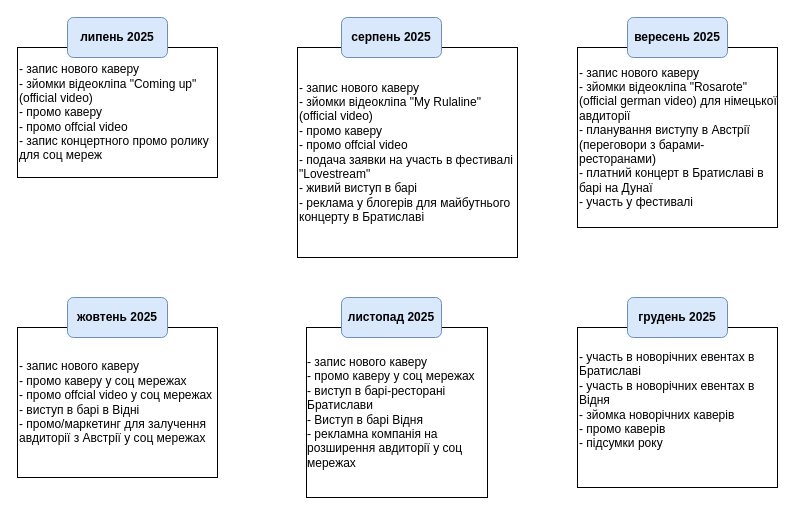
Earlier version of the draw.io diagram Діаграма без назви.drawio (annastazi09/Angular2). Source tidied: cells renumbered, new cells numbered last; positions are measured from the earlier drawing's top-left corner, leaving out a move shared by most shapes. Both pictures are drawn from the tidied source at 100%, with x=0, y=0 at pixel (17, 17).
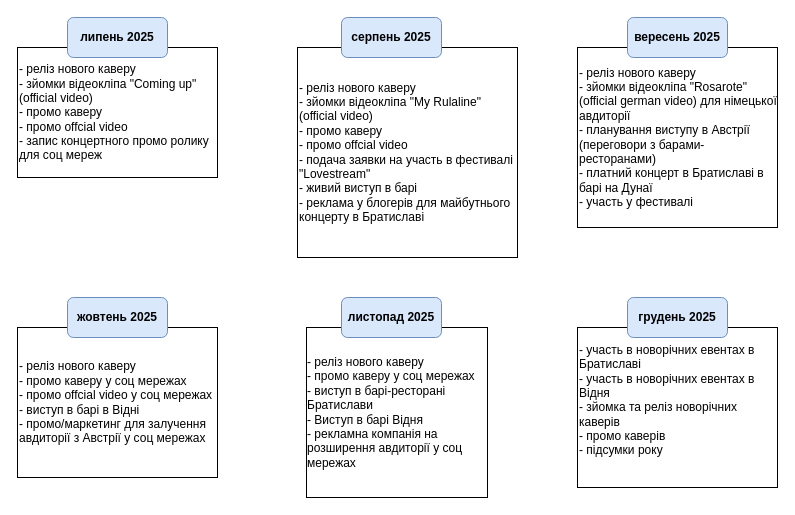
The same diagram, later.

Diff of the diagram source:
```diff
@@
 <mxGraphModel>
   <root>
     <mxCell id="0" />
     <mxCell id="1" parent="0" />
-    <mxCell id="2" value="&lt;div style=&quot;&quot;&gt;&lt;br&gt;&lt;span style=&quot;background-color: transparent; color: light-dark(rgb(0, 0, 0), rgb(255, 255, 255));&quot;&gt;- запис нового каверу&lt;/span&gt;&lt;/div&gt;&lt;div style=&quot;&quot;&gt;&lt;span style=&quot;background-color: transparent; color: light-dark(rgb(0, 0, 0), rgb(255, 255, 255));&quot;&gt;- зйомки відеокліпа &quot;Coming up&quot;&lt;/span&gt;&lt;br&gt;&lt;span style=&quot;background-color: transparent; color: light-dark(rgb(0, 0, 0), rgb(255, 255, 255));&quot;&gt;(official video)&lt;/span&gt;&lt;br&gt;&lt;span style=&quot;background-color: transparent; color: light-dark(rgb(0, 0, 0), rgb(255, 255, 255));&quot;&gt;- промо каверу&lt;/span&gt;&lt;br&gt;&lt;span style=&quot;background-color: transparent; color: light-dark(rgb(0, 0, 0), rgb(255, 255, 255));&quot;&gt;- промо offcial video&lt;/span&gt;&lt;/div&gt;&lt;div style=&quot;&quot;&gt;&lt;span style=&quot;background-color: transparent; color: light-dark(rgb(0, 0, 0), rgb(255, 255, 255));&quot;&gt;- запис концертного промо ролику для соц мереж&lt;/span&gt;&lt;/div&gt;&lt;div style=&quot;&quot;&gt;&lt;br&gt;&lt;/div&gt;" style="rounded=0;whiteSpace=wrap;html=1;align=left;" parent="1" vertex="1">
+    <mxCell id="2" value="&lt;div style=&quot;&quot;&gt;&lt;br&gt;&lt;span style=&quot;background-color: transparent; color: light-dark(rgb(0, 0, 0), rgb(255, 255, 255));&quot;&gt;- реліз нового каверу&lt;/span&gt;&lt;/div&gt;&lt;div style=&quot;&quot;&gt;&lt;span style=&quot;background-color: transparent; color: light-dark(rgb(0, 0, 0), rgb(255, 255, 255));&quot;&gt;- зйомки відеокліпа &quot;Coming up&quot;&lt;/span&gt;&lt;br&gt;&lt;span style=&quot;background-color: transparent; color: light-dark(rgb(0, 0, 0), rgb(255, 255, 255));&quot;&gt;(official video)&lt;/span&gt;&lt;br&gt;&lt;span style=&quot;background-color: transparent; color: light-dark(rgb(0, 0, 0), rgb(255, 255, 255));&quot;&gt;- промо каверу&lt;/span&gt;&lt;br&gt;&lt;span style=&quot;background-color: transparent; color: light-dark(rgb(0, 0, 0), rgb(255, 255, 255));&quot;&gt;- промо offcial video&lt;/span&gt;&lt;/div&gt;&lt;div style=&quot;&quot;&gt;&lt;span style=&quot;background-color: transparent; color: light-dark(rgb(0, 0, 0), rgb(255, 255, 255));&quot;&gt;- запис концертного промо ролику для соц мереж&lt;/span&gt;&lt;/div&gt;&lt;div style=&quot;&quot;&gt;&lt;br&gt;&lt;/div&gt;" style="rounded=0;whiteSpace=wrap;html=1;align=left;" parent="1" vertex="1">
       <mxGeometry y="30" width="200" height="130" as="geometry" />
     </mxCell>
     <mxCell id="3" value="&lt;b&gt;липень 2025&lt;/b&gt;" style="rounded=1;whiteSpace=wrap;html=1;fillColor=#dae8fc;strokeColor=#6c8ebf;" parent="1" vertex="1">
       <mxGeometry x="50" width="100" height="40" as="geometry" />
     </mxCell>
-    <mxCell id="4" value="&lt;div style=&quot;&quot;&gt;&lt;br&gt;&lt;span style=&quot;background-color: transparent; color: light-dark(rgb(0, 0, 0), rgb(255, 255, 255));&quot;&gt;- запис нового каверу&lt;/span&gt;&lt;/div&gt;&lt;div style=&quot;&quot;&gt;&lt;span style=&quot;background-color: transparent; color: light-dark(rgb(0, 0, 0), rgb(255, 255, 255));&quot;&gt;- зйомки відеокліпа &quot;My Rulaline&quot;&lt;/span&gt;&lt;br&gt;&lt;span style=&quot;background-color: transparent; color: light-dark(rgb(0, 0, 0), rgb(255, 255, 255));&quot;&gt;(official video)&lt;/span&gt;&lt;br&gt;&lt;span style=&quot;background-color: transparent; color: light-dark(rgb(0, 0, 0), rgb(255, 255, 255));&quot;&gt;- промо каверу&lt;/span&gt;&lt;br&gt;&lt;span style=&quot;background-color: transparent; color: light-dark(rgb(0, 0, 0), rgb(255, 255, 255));&quot;&gt;- промо offcial video&lt;/span&gt;&lt;/div&gt;&lt;div style=&quot;&quot;&gt;&lt;span style=&quot;background-color: transparent; color: light-dark(rgb(0, 0, 0), rgb(255, 255, 255));&quot;&gt;- подача заявки на участь в фестивалі &quot;Lovestream&quot;&lt;/span&gt;&lt;/div&gt;&lt;div style=&quot;&quot;&gt;&lt;span style=&quot;background-color: transparent; color: light-dark(rgb(0, 0, 0), rgb(255, 255, 255));&quot;&gt;- живий виступ в барі&lt;/span&gt;&lt;/div&gt;&lt;div style=&quot;&quot;&gt;&lt;span style=&quot;background-color: transparent; color: light-dark(rgb(0, 0, 0), rgb(255, 255, 255));&quot;&gt;- реклама у блогерів для майбутнього концерту в Братиславі&lt;/span&gt;&lt;/div&gt;&lt;div style=&quot;&quot;&gt;&lt;br&gt;&lt;/div&gt;" style="rounded=0;whiteSpace=wrap;html=1;align=left;" parent="1" vertex="1">
+    <mxCell id="4" value="&lt;div style=&quot;&quot;&gt;&lt;br&gt;&lt;span style=&quot;background-color: transparent; color: light-dark(rgb(0, 0, 0), rgb(255, 255, 255));&quot;&gt;- реліз&amp;nbsp;нового каверу&lt;/span&gt;&lt;/div&gt;&lt;div style=&quot;&quot;&gt;&lt;span style=&quot;background-color: transparent; color: light-dark(rgb(0, 0, 0), rgb(255, 255, 255));&quot;&gt;- зйомки відеокліпа &quot;My Rulaline&quot;&lt;/span&gt;&lt;br&gt;&lt;span style=&quot;background-color: transparent; color: light-dark(rgb(0, 0, 0), rgb(255, 255, 255));&quot;&gt;(official video)&lt;/span&gt;&lt;br&gt;&lt;span style=&quot;background-color: transparent; color: light-dark(rgb(0, 0, 0), rgb(255, 255, 255));&quot;&gt;- промо каверу&lt;/span&gt;&lt;br&gt;&lt;span style=&quot;background-color: transparent; color: light-dark(rgb(0, 0, 0), rgb(255, 255, 255));&quot;&gt;- промо offcial video&lt;/span&gt;&lt;/div&gt;&lt;div style=&quot;&quot;&gt;&lt;span style=&quot;background-color: transparent; color: light-dark(rgb(0, 0, 0), rgb(255, 255, 255));&quot;&gt;- подача заявки на участь в фестивалі &quot;Lovestream&quot;&lt;/span&gt;&lt;/div&gt;&lt;div style=&quot;&quot;&gt;&lt;span style=&quot;background-color: transparent; color: light-dark(rgb(0, 0, 0), rgb(255, 255, 255));&quot;&gt;- живий виступ в барі&lt;/span&gt;&lt;/div&gt;&lt;div style=&quot;&quot;&gt;&lt;span style=&quot;background-color: transparent; color: light-dark(rgb(0, 0, 0), rgb(255, 255, 255));&quot;&gt;- реклама у блогерів для майбутнього концерту в Братиславі&lt;/span&gt;&lt;/div&gt;&lt;div style=&quot;&quot;&gt;&lt;br&gt;&lt;/div&gt;" style="rounded=0;whiteSpace=wrap;html=1;align=left;" parent="1" vertex="1">
       <mxGeometry x="280" y="30" width="220" height="210" as="geometry" />
     </mxCell>
     <mxCell id="5" value="&lt;b&gt;серпень 2025&lt;/b&gt;" style="rounded=1;whiteSpace=wrap;html=1;fillColor=#dae8fc;strokeColor=#6c8ebf;" parent="1" vertex="1">
       <mxGeometry x="324" width="100" height="40" as="geometry" />
     </mxCell>
-    <mxCell id="6" value="&lt;div style=&quot;&quot;&gt;&lt;br&gt;&lt;span style=&quot;background-color: transparent; color: light-dark(rgb(0, 0, 0), rgb(255, 255, 255));&quot;&gt;- запис нового каверу&lt;/span&gt;&lt;/div&gt;&lt;div style=&quot;&quot;&gt;&lt;span style=&quot;background-color: transparent; color: light-dark(rgb(0, 0, 0), rgb(255, 255, 255));&quot;&gt;- зйомки відеокліпа &quot;Rosarote&quot;&lt;/span&gt;&lt;br&gt;&lt;span style=&quot;background-color: transparent; color: light-dark(rgb(0, 0, 0), rgb(255, 255, 255));&quot;&gt;(official german video) для німецької авдиторії&lt;/span&gt;&lt;br&gt;&lt;span style=&quot;background-color: transparent; color: light-dark(rgb(0, 0, 0), rgb(255, 255, 255));&quot;&gt;- планування виступу в Австрії (переговори з барами-ресторанами)&lt;/span&gt;&lt;/div&gt;&lt;div style=&quot;&quot;&gt;&lt;span style=&quot;background-color: transparent; color: light-dark(rgb(0, 0, 0), rgb(255, 255, 255));&quot;&gt;- платний концерт в Братиславі в барі на Дунаї&lt;/span&gt;&lt;/div&gt;&lt;div style=&quot;&quot;&gt;&lt;span style=&quot;background-color: transparent; color: light-dark(rgb(0, 0, 0), rgb(255, 255, 255));&quot;&gt;- участь у фестивалі&amp;nbsp;&lt;/span&gt;&lt;/div&gt;&lt;div style=&quot;&quot;&gt;&lt;br&gt;&lt;/div&gt;" style="rounded=0;whiteSpace=wrap;html=1;align=left;" parent="1" vertex="1">
+    <mxCell id="6" value="&lt;div style=&quot;&quot;&gt;&lt;br&gt;&lt;span style=&quot;background-color: transparent; color: light-dark(rgb(0, 0, 0), rgb(255, 255, 255));&quot;&gt;- реліз нового каверу&lt;/span&gt;&lt;/div&gt;&lt;div style=&quot;&quot;&gt;&lt;span style=&quot;background-color: transparent; color: light-dark(rgb(0, 0, 0), rgb(255, 255, 255));&quot;&gt;- зйомки відеокліпа &quot;Rosarote&quot;&lt;/span&gt;&lt;br&gt;&lt;span style=&quot;background-color: transparent; color: light-dark(rgb(0, 0, 0), rgb(255, 255, 255));&quot;&gt;(official german video) для німецької авдиторії&lt;/span&gt;&lt;br&gt;&lt;span style=&quot;background-color: transparent; color: light-dark(rgb(0, 0, 0), rgb(255, 255, 255));&quot;&gt;- планування виступу в Австрії (переговори з барами-ресторанами)&lt;/span&gt;&lt;/div&gt;&lt;div style=&quot;&quot;&gt;&lt;span style=&quot;background-color: transparent; color: light-dark(rgb(0, 0, 0), rgb(255, 255, 255));&quot;&gt;- платний концерт в Братиславі в барі на Дунаї&lt;/span&gt;&lt;/div&gt;&lt;div style=&quot;&quot;&gt;&lt;span style=&quot;background-color: transparent; color: light-dark(rgb(0, 0, 0), rgb(255, 255, 255));&quot;&gt;- участь у фестивалі&amp;nbsp;&lt;/span&gt;&lt;/div&gt;&lt;div style=&quot;&quot;&gt;&lt;br&gt;&lt;/div&gt;" style="rounded=0;whiteSpace=wrap;html=1;align=left;" parent="1" vertex="1">
       <mxGeometry x="560" y="30" width="200" height="180" as="geometry" />
     </mxCell>
     <mxCell id="7" value="&lt;b&gt;вересень 2025&lt;/b&gt;" style="rounded=1;whiteSpace=wrap;html=1;fillColor=#dae8fc;strokeColor=#6c8ebf;" parent="1" vertex="1">
       <mxGeometry x="610" width="100" height="40" as="geometry" />
     </mxCell>
-    <mxCell id="8" value="&lt;div style=&quot;&quot;&gt;&lt;br&gt;&lt;span style=&quot;background-color: transparent; color: light-dark(rgb(0, 0, 0), rgb(255, 255, 255));&quot;&gt;- запис нового каверу&lt;/span&gt;&lt;/div&gt;&lt;div style=&quot;&quot;&gt;&lt;span style=&quot;background-color: transparent; color: light-dark(rgb(0, 0, 0), rgb(255, 255, 255));&quot;&gt;- промо каверу у соц мережах&lt;/span&gt;&lt;br&gt;&lt;span style=&quot;background-color: transparent; color: light-dark(rgb(0, 0, 0), rgb(255, 255, 255));&quot;&gt;- промо offcial video у соц мережах&lt;/span&gt;&lt;/div&gt;&lt;div style=&quot;&quot;&gt;&lt;span style=&quot;background-color: transparent; color: light-dark(rgb(0, 0, 0), rgb(255, 255, 255));&quot;&gt;- виступ в барі в Відні&lt;/span&gt;&lt;/div&gt;&lt;div style=&quot;&quot;&gt;&lt;span style=&quot;background-color: transparent; color: light-dark(rgb(0, 0, 0), rgb(255, 255, 255));&quot;&gt;- промо/маркетинг для залучення авдиторії з Австрії у соц мережах&lt;/span&gt;&lt;/div&gt;&lt;div style=&quot;&quot;&gt;&lt;br&gt;&lt;/div&gt;" style="rounded=0;whiteSpace=wrap;html=1;align=left;" parent="1" vertex="1">
+    <mxCell id="8" value="&lt;div style=&quot;&quot;&gt;&lt;br&gt;&lt;span style=&quot;background-color: transparent; color: light-dark(rgb(0, 0, 0), rgb(255, 255, 255));&quot;&gt;- реліз нового каверу&lt;/span&gt;&lt;/div&gt;&lt;div style=&quot;&quot;&gt;&lt;span style=&quot;background-color: transparent; color: light-dark(rgb(0, 0, 0), rgb(255, 255, 255));&quot;&gt;- промо каверу у соц мережах&lt;/span&gt;&lt;br&gt;&lt;span style=&quot;background-color: transparent; color: light-dark(rgb(0, 0, 0), rgb(255, 255, 255));&quot;&gt;- промо offcial video у соц мережах&lt;/span&gt;&lt;/div&gt;&lt;div style=&quot;&quot;&gt;&lt;span style=&quot;background-color: transparent; color: light-dark(rgb(0, 0, 0), rgb(255, 255, 255));&quot;&gt;- виступ в барі в Відні&lt;/span&gt;&lt;/div&gt;&lt;div style=&quot;&quot;&gt;&lt;span style=&quot;background-color: transparent; color: light-dark(rgb(0, 0, 0), rgb(255, 255, 255));&quot;&gt;- промо/маркетинг для залучення авдиторії з Австрії у соц мережах&lt;/span&gt;&lt;/div&gt;&lt;div style=&quot;&quot;&gt;&lt;br&gt;&lt;/div&gt;" style="rounded=0;whiteSpace=wrap;html=1;align=left;" parent="1" vertex="1">
       <mxGeometry y="310" width="200" height="150" as="geometry" />
     </mxCell>
     <mxCell id="9" value="&lt;b&gt;жовтень 2025&lt;/b&gt;" style="rounded=1;whiteSpace=wrap;html=1;fillColor=#dae8fc;strokeColor=#6c8ebf;" parent="1" vertex="1">
       <mxGeometry x="50" y="280" width="100" height="40" as="geometry" />
     </mxCell>
-    <mxCell id="10" value="&lt;div style=&quot;text-align: left;&quot;&gt;&lt;span style=&quot;background-color: transparent; color: light-dark(rgb(0, 0, 0), rgb(255, 255, 255));&quot;&gt;- запис нового каверу&lt;/span&gt;&lt;/div&gt;&lt;div&gt;&lt;div style=&quot;text-align: left;&quot;&gt;- промо каверу у соц мережах&lt;/div&gt;&lt;div style=&quot;text-align: left;&quot;&gt;- виступ в барі-ресторані Братислави&lt;/div&gt;&lt;div style=&quot;text-align: left;&quot;&gt;&lt;span style=&quot;&quot;&gt;- Виступ в барі Відня&lt;/span&gt;&lt;/div&gt;&lt;/div&gt;&lt;div style=&quot;text-align: left;&quot;&gt;&lt;span style=&quot;&quot;&gt;- рекламна компанія на розширення авдиторії у соц мережах&lt;/span&gt;&lt;/div&gt;" style="rounded=0;whiteSpace=wrap;html=1;" parent="1" vertex="1">
+    <mxCell id="10" value="&lt;div style=&quot;text-align: left;&quot;&gt;&lt;span style=&quot;background-color: transparent; color: light-dark(rgb(0, 0, 0), rgb(255, 255, 255));&quot;&gt;- реліз нового каверу&lt;/span&gt;&lt;/div&gt;&lt;div&gt;&lt;div style=&quot;text-align: left;&quot;&gt;- промо каверу у соц мережах&lt;/div&gt;&lt;div style=&quot;text-align: left;&quot;&gt;- виступ в барі-ресторані Братислави&lt;/div&gt;&lt;div style=&quot;text-align: left;&quot;&gt;&lt;span style=&quot;&quot;&gt;- Виступ в барі Відня&lt;/span&gt;&lt;/div&gt;&lt;/div&gt;&lt;div style=&quot;text-align: left;&quot;&gt;&lt;span style=&quot;&quot;&gt;- рекламна компанія на розширення авдиторії у соц мережах&lt;/span&gt;&lt;/div&gt;" style="rounded=0;whiteSpace=wrap;html=1;" parent="1" vertex="1">
       <mxGeometry x="289" y="310" width="181" height="170" as="geometry" />
     </mxCell>
     <mxCell id="11" value="&lt;b&gt;листопад 2025&lt;/b&gt;" style="rounded=1;whiteSpace=wrap;html=1;fillColor=#dae8fc;strokeColor=#6c8ebf;" parent="1" vertex="1">
       <mxGeometry x="324" y="280" width="100" height="40" as="geometry" />
     </mxCell>
-    <mxCell id="12" value="- участь в новорічних евентах&amp;nbsp;в Братиславі&lt;div&gt;- участь в новорічних евентах&amp;nbsp;в Відня&lt;/div&gt;&lt;div&gt;- зйомка новорічних каверів&lt;/div&gt;&lt;div&gt;- промо каверів&lt;/div&gt;&lt;div&gt;- підсумки року&lt;/div&gt;&lt;div&gt;&lt;br&gt;&lt;/div&gt;" style="rounded=0;whiteSpace=wrap;html=1;align=left;" parent="1" vertex="1">
+    <mxCell id="12" value="- участь в новорічних евентах&amp;nbsp;в Братиславі&lt;div&gt;- участь в новорічних евентах&amp;nbsp;в Відня&lt;/div&gt;&lt;div&gt;- зйомка та реліз новорічних каверів&lt;/div&gt;&lt;div&gt;- промо каверів&lt;/div&gt;&lt;div&gt;- підсумки року&lt;/div&gt;&lt;div&gt;&lt;br&gt;&lt;/div&gt;" style="rounded=0;whiteSpace=wrap;html=1;align=left;" parent="1" vertex="1">
       <mxGeometry x="560" y="310" width="200" height="160" as="geometry" />
     </mxCell>
     <mxCell id="13" value="&lt;b&gt;грудень 2025&lt;/b&gt;" style="rounded=1;whiteSpace=wrap;html=1;fillColor=#dae8fc;strokeColor=#6c8ebf;" parent="1" vertex="1">
       <mxGeometry x="610" y="280" width="100" height="40" as="geometry" />
     </mxCell>
   </root>
 </mxGraphModel>
```
